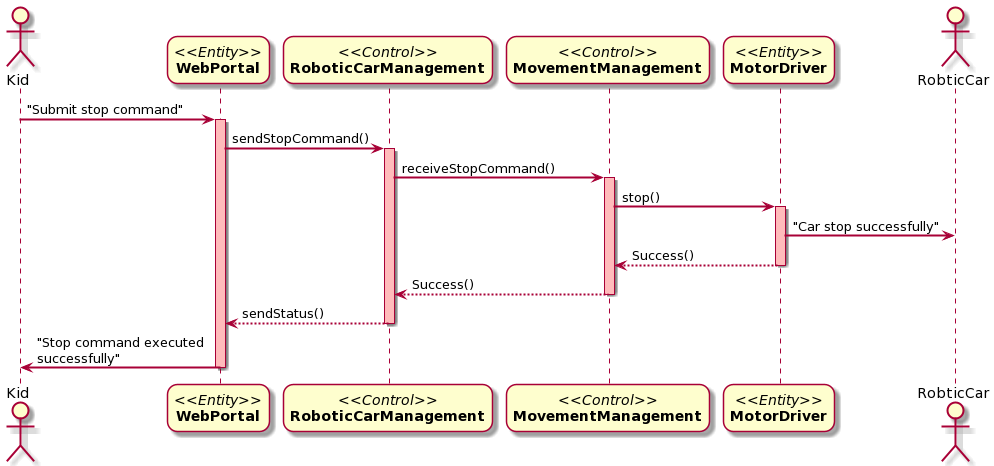
Before: Docs/Sequence Diagrams/Project Sequence-Diagram-UC6.png, a diagram exported from PlantUML (DanielFYJ/2101-2201-Project).
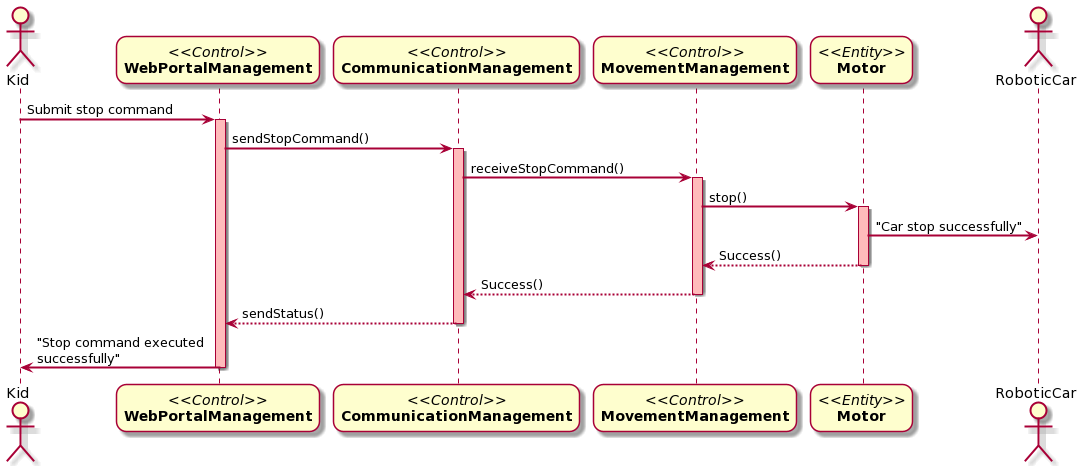
The same file after the commit.

Commit message:
Update Sequence Diagram Case 4 - 6

The edit, as a diff of the source:
```diff
@@ -3,12 +3,12 @@
 skinparam roundcorner 20
 skinparam maxmessagesize 200
 actor "Kid" as kid
-participant "//<<Entity>>//\n**WebPortal**" as WebPortal
-participant "//<<Control>>//\n**RoboticCarManagement**" as RoboticCarManagement
+participant "//<<Control>>//\n**WebPortalManagement**" as WebPortal
+participant "//<<Control>>//\n**CommunicationManagement**" as RoboticCarManagement
 participant "//<<Control>>//\n**MovementManagement**" as B
-participant "//<<Entity>>//\n**MotorDriver**" as C
-actor "RobticCar" as RC
-kid -> WebPortal : "Submit stop command"
+participant "//<<Entity>>//\n**Motor**" as C
+actor "RoboticCar" as RC
+kid -> WebPortal : Submit stop command
 activate WebPortal #FFBBBB
 WebPortal -> RoboticCarManagement : sendStopCommand()
 activate RoboticCarManagement #FFBBBB
```
